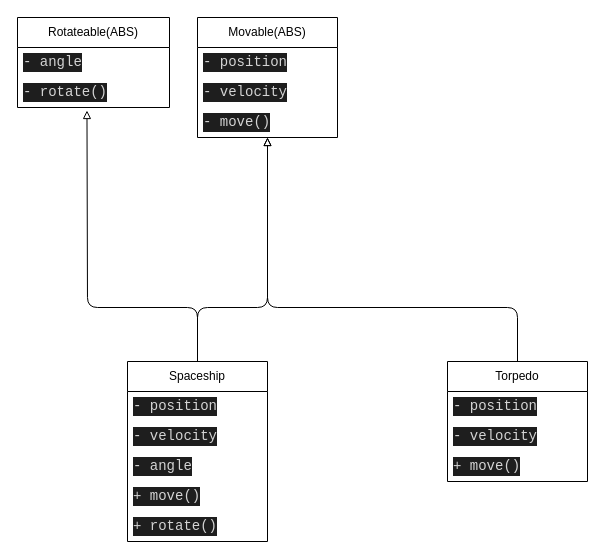
konsgrib/otus_design_patterns keeps this draw.io diagram as classes.dio. Above is the earlier version. Source tidied: cells renumbered, new cells numbered last; positions are measured from the earlier drawing's top-left corner, leaving out a move shared by most shapes. Both pictures are drawn from the tidied source at 100%, with x=0, y=0 at pixel (17, 17).
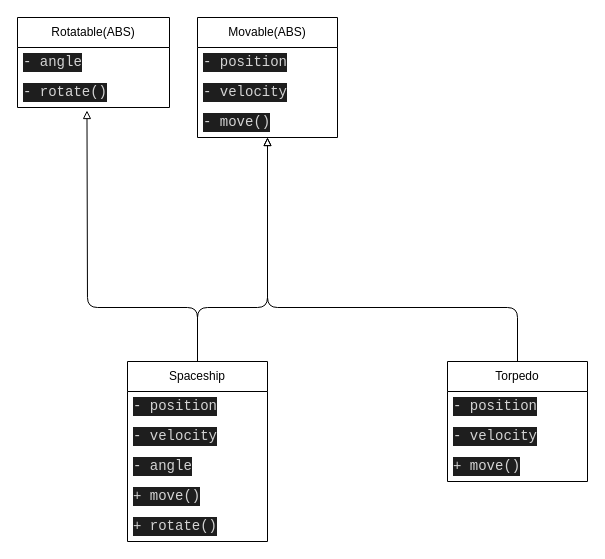
The same page after the edit.

Diff of the diagram source:
```diff
@@
-    <mxCell id="6" value="Rotateable(ABS)" style="swimlane;fontStyle=0;horizontal=1;startSize=30;whiteSpace=wrap;html=1;" parent="1" vertex="1">
+    <mxCell id="6" value="Rotatable(ABS)" style="swimlane;fontStyle=0;horizontal=1;startSize=30;whiteSpace=wrap;html=1;" parent="1" vertex="1">
       <mxGeometry width="152" height="90" as="geometry" />
     </mxCell>
```
